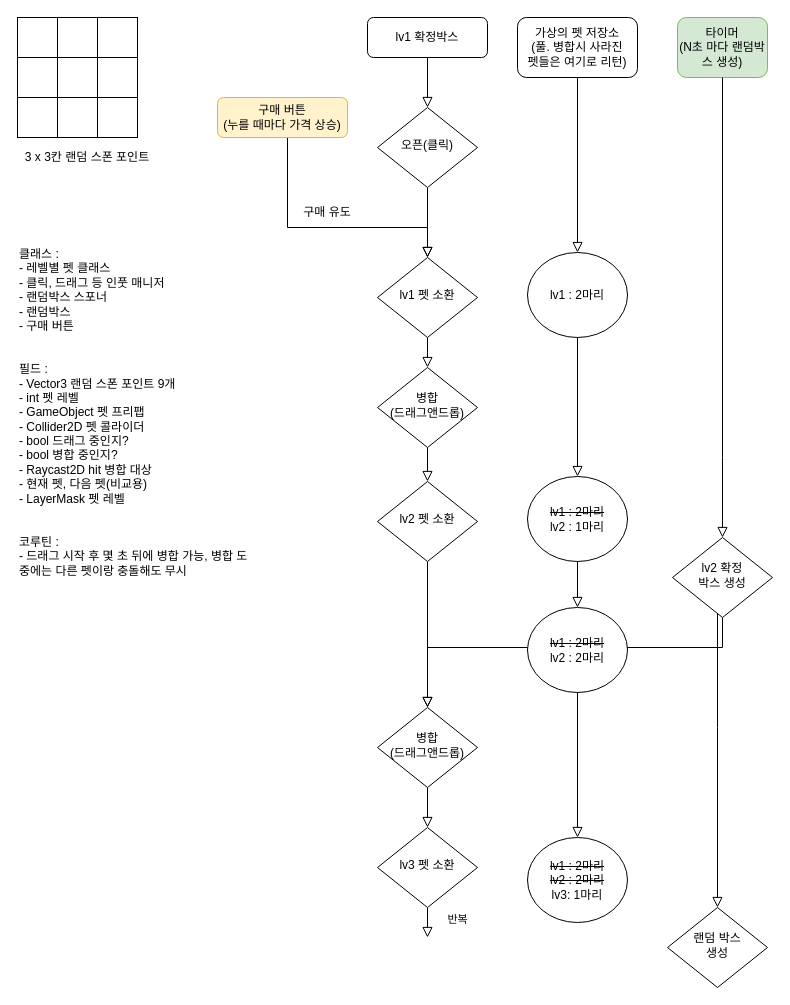
Above: Csharp-Unity/MergeGame.drawio in dollbride/dollbride (draw.io), before the change. Source tidied: cells renumbered, new cells numbered last; positions are measured from the earlier drawing's top-left corner, leaving out a move shared by most shapes. Both pictures are drawn from the tidied source at 100%, with x=0, y=0 at pixel (17, 17).
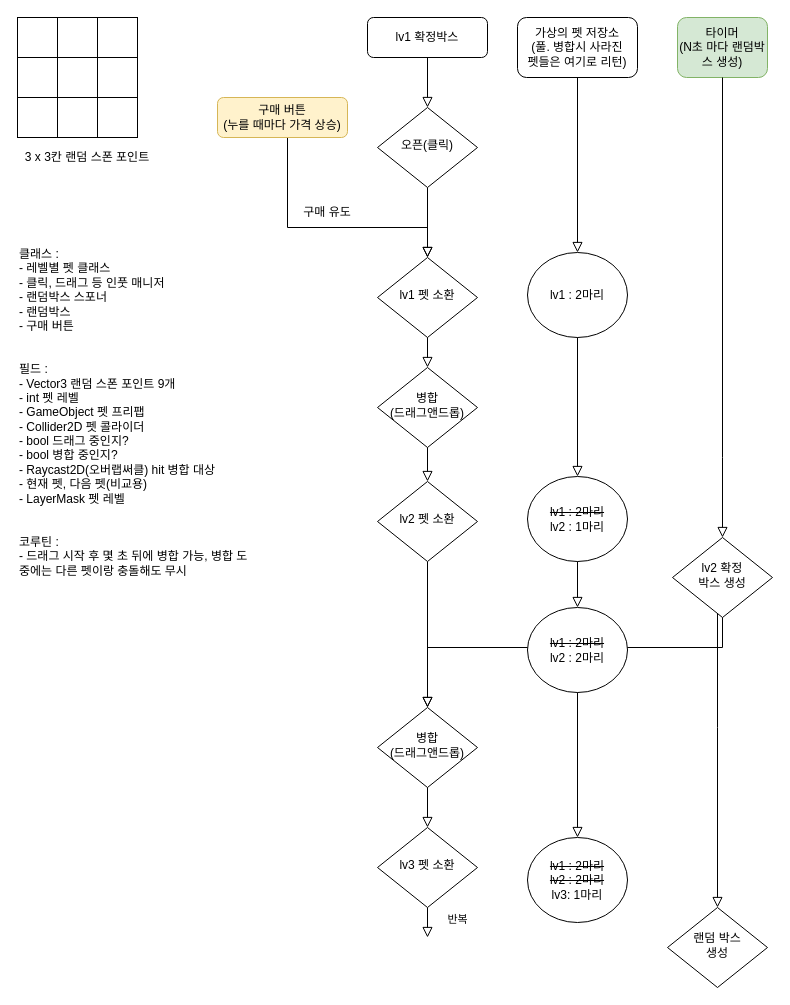
The same page after the edit.

Diff of the diagram source:
```diff
@@
-    <mxCell id="44" value="클래스 :&lt;br&gt;- 레벨별 펫 클래스&lt;br&gt;- 클릭, 드래그 등 인풋 매니저&lt;br&gt;- 랜덤박스 스포너&lt;br&gt;- 랜덤박스&lt;br&gt;- 구매 버튼&lt;br&gt;&lt;br&gt;&lt;br&gt;필드 :&lt;br&gt;- Vector3 랜덤 스폰 포인트 9개&amp;nbsp;&lt;br&gt;- int 펫 레벨&lt;br&gt;- GameObject 펫 프리팹&lt;br&gt;- Collider2D 펫 콜라이더&lt;br&gt;- bool 드래그 중인지?&lt;br&gt;- bool 병합 중인지?&lt;br&gt;- Raycast2D hit 병합 대상&lt;br&gt;- 현재 펫, 다음 펫(비교용)&lt;br&gt;- LayerMask 펫 레벨&lt;br&gt;&lt;br&gt;&lt;br&gt;코루틴 :&lt;br&gt;- 드래그 시작 후 몇 초 뒤에 병합 가능, 병합 도중에는 다른 펫이랑 충돌해도 무시&amp;nbsp;&amp;nbsp;" style="text;html=1;strokeColor=none;fillColor=none;align=left;verticalAlign=middle;whiteSpace=wrap;rounded=0;spacingBottom=5;" parent="1" vertex="1">
+    <mxCell id="44" value="클래스 :&lt;br&gt;- 레벨별 펫 클래스&lt;br&gt;- 클릭, 드래그 등 인풋 매니저&lt;br&gt;- 랜덤박스 스포너&lt;br&gt;- 랜덤박스&lt;br&gt;- 구매 버튼&lt;br&gt;&lt;br&gt;&lt;br&gt;필드 :&lt;br&gt;- Vector3 랜덤 스폰 포인트 9개&amp;nbsp;&lt;br&gt;- int 펫 레벨&lt;br&gt;- GameObject 펫 프리팹&lt;br&gt;- Collider2D 펫 콜라이더&lt;br&gt;- bool 드래그 중인지?&lt;br&gt;- bool 병합 중인지?&lt;br&gt;- Raycast2D(오버랩써클) hit 병합 대상&lt;br&gt;- 현재 펫, 다음 펫(비교용)&lt;br&gt;- LayerMask 펫 레벨&lt;br&gt;&lt;br&gt;&lt;br&gt;코루틴 :&lt;br&gt;- 드래그 시작 후 몇 초 뒤에 병합 가능, 병합 도중에는 다른 펫이랑 충돌해도 무시&amp;nbsp;&amp;nbsp;" style="text;html=1;strokeColor=none;fillColor=none;align=left;verticalAlign=middle;whiteSpace=wrap;rounded=0;spacingBottom=5;" parent="1" vertex="1">
       <mxGeometry y="214" width="235" height="366" as="geometry" />
     </mxCell>
```
